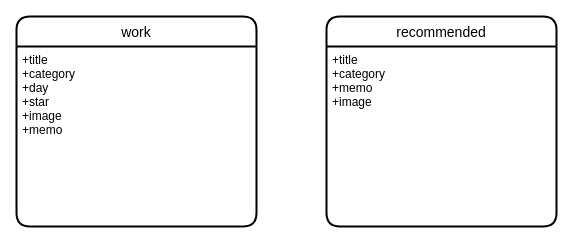
Earlier version of the draw.io diagram ER.dio (chiaki22/viewing_diary). Source tidied: cells renumbered, new cells numbered last; positions are measured from the earlier drawing's top-left corner, leaving out a move shared by most shapes. Both pictures are drawn from the tidied source at 100%, with x=0, y=0 at pixel (16, 16).
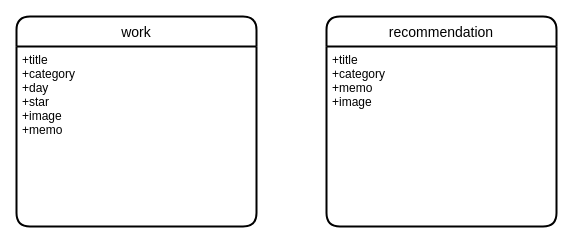
Above is the later version.

Change to the diagram source:
```diff
@@
 <mxGraphModel>
   <root>
     <mxCell id="0" />
     <mxCell id="1" parent="0" />
     <mxCell id="2" value="work" style="swimlane;horizontal=1;startSize=30;rounded=1;fontSize=14;fontStyle=0;strokeWidth=2;shadow=0;dashed=0;align=center;" parent="1" vertex="1">
       <mxGeometry width="240" height="210" as="geometry" />
     </mxCell>
     <mxCell id="3" value="+title&#10;+category&#10;+day&#10;+star&#10;+image&#10;+memo&#10;" style="align=left;strokeColor=none;fillColor=none;spacingLeft=4;fontSize=12;verticalAlign=top;" parent="2" vertex="1">
       <mxGeometry y="30" width="240" height="180" as="geometry" />
     </mxCell>
-    <mxCell id="4" value="recommended" style="swimlane;horizontal=1;startSize=30;rounded=1;fontSize=14;fontStyle=0;strokeWidth=2;shadow=0;dashed=0;align=center;" parent="1" vertex="1">
+    <mxCell id="4" value="recommendation" style="swimlane;horizontal=1;startSize=30;rounded=1;fontSize=14;fontStyle=0;strokeWidth=2;shadow=0;dashed=0;align=center;" parent="1" vertex="1">
       <mxGeometry x="310" width="230" height="210" as="geometry" />
     </mxCell>
     <mxCell id="5" value="+title&#10;+category&#10;+memo&#10;+image" style="align=left;strokeColor=none;fillColor=none;spacingLeft=4;fontSize=12;verticalAlign=top;" parent="4" vertex="1">
       <mxGeometry y="30" width="230" height="180" as="geometry" />
     </mxCell>
   </root>
 </mxGraphModel>
```
